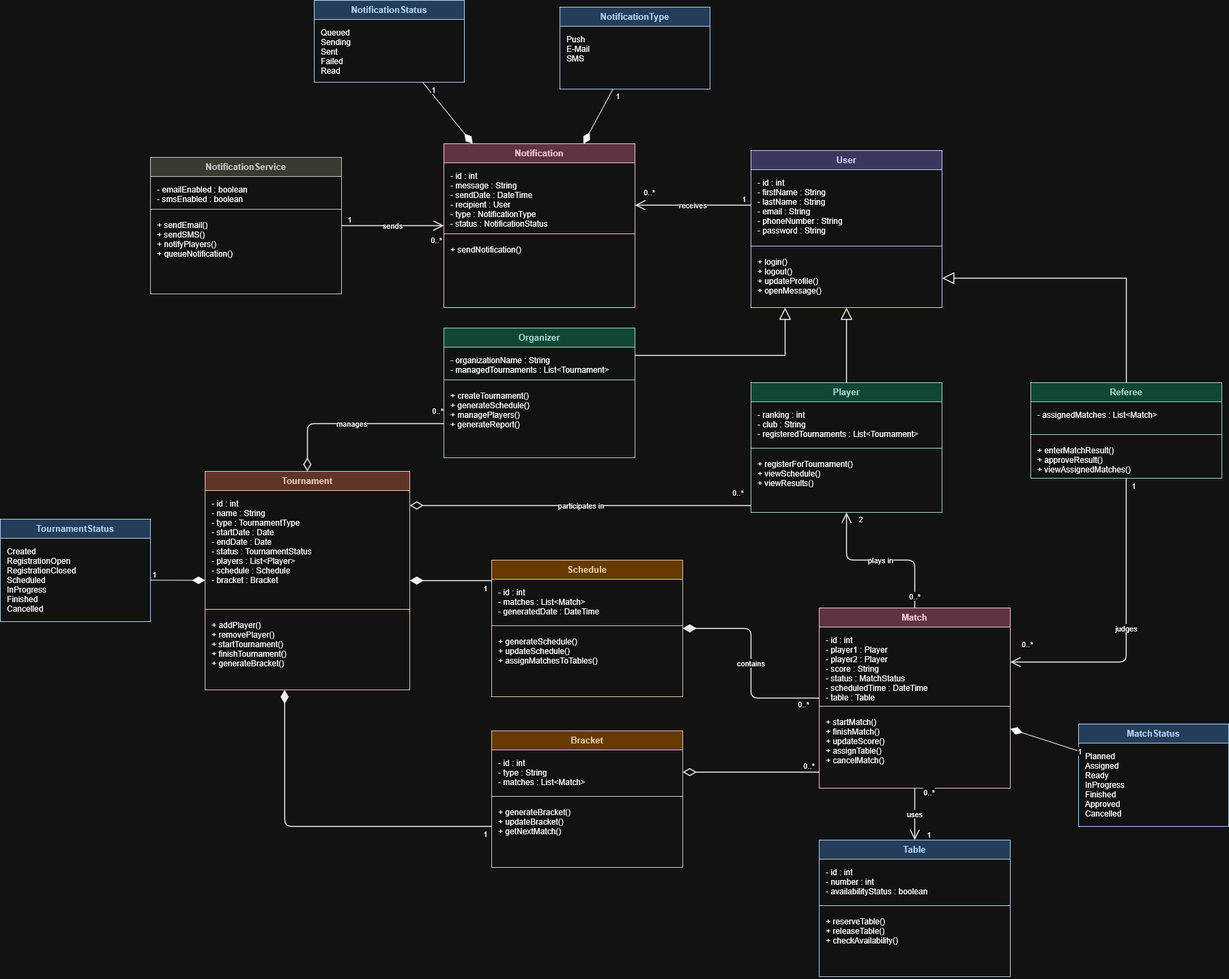
This is assets/class_diagram.png from ComradeHonk/tt-controllah, a draw.io export, as it was before one commit. Source tidied: cells renumbered, new cells last; positions are measured from the earlier drawing's top-left corner, leaving out a move shared by most shapes.
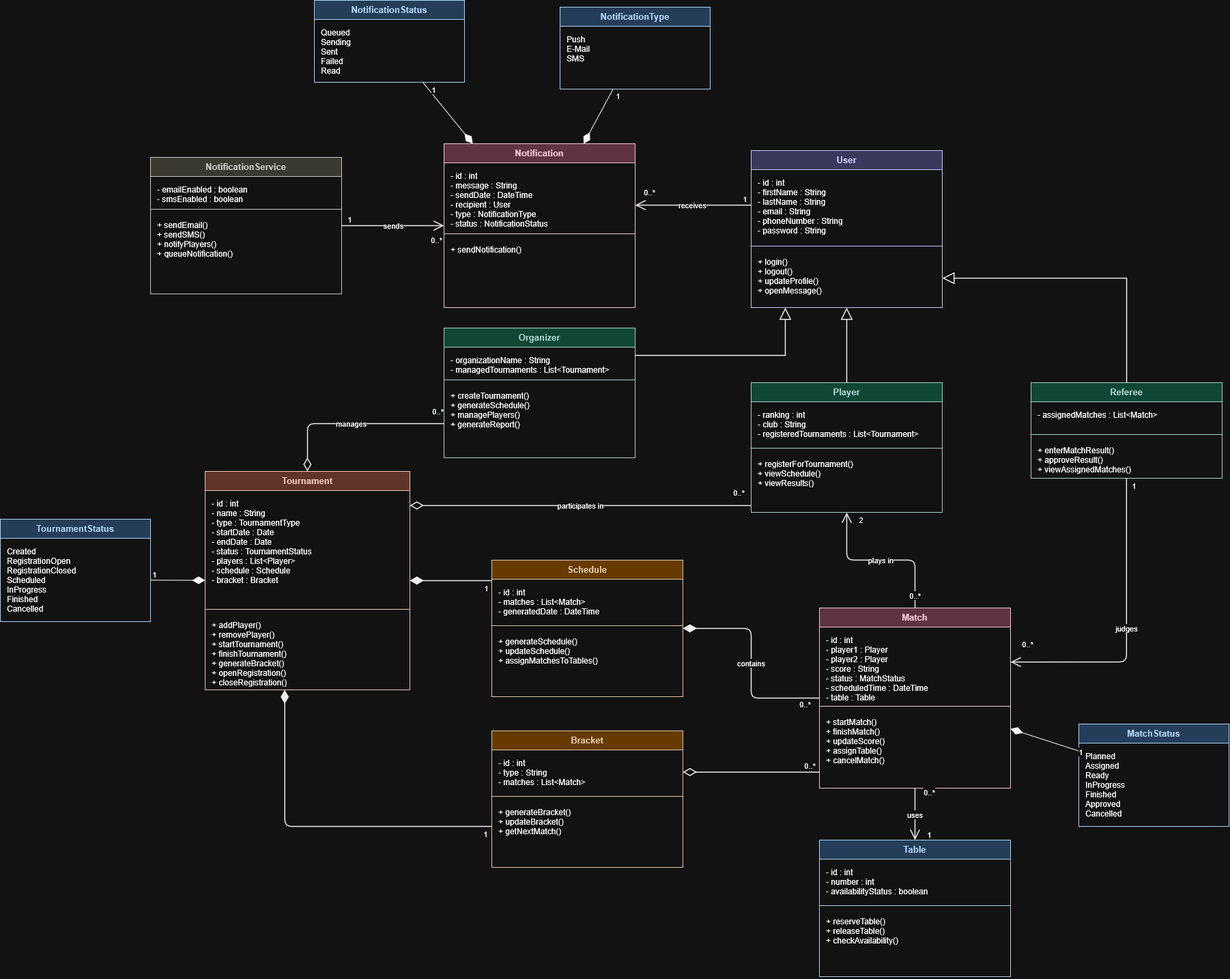
The same file after the commit.

Commit message:
poprawiono diagram klas + dodano diagram stanow 1 wraz z opisem

What changed in the source:
```diff
@@ -59,7 +59,7 @@
     <mxCell id="20" style="line;strokeWidth=1;fillColor=none;align=left;verticalAlign=middle;spacingTop=-1;spacingLeft=3;spacingRight=3;labelPosition=right;strokeColor=#4A1B0C;" parent="18" vertex="1">
       <mxGeometry y="198" width="300" height="8" as="geometry" />
     </mxCell>
-    <mxCell id="21" value="+ addPlayer()&#10;+ removePlayer()&#10;+ startTournament()&#10;+ finishTournament()&#10;+ generateBracket()" style="text;strokeColor=none;fillColor=none;align=left;verticalAlign=top;spacingLeft=8;spacingRight=8;spacingTop=6;overflow=hidden;points=[[0,0.5],[1,0.5]];portConstraint=eastwest;fontSize=12;" parent="18" vertex="1">
+    <mxCell id="21" value="+ addPlayer()&#10;+ removePlayer()&#10;+ startTournament()&#10;+ finishTournament()&#10;+ generateBracket()&#10;+ openRegistration()&#10;+ closeRegistration()" style="text;strokeColor=none;fillColor=none;align=left;verticalAlign=top;spacingLeft=8;spacingRight=8;spacingTop=6;overflow=hidden;points=[[0,0.5],[1,0.5]];portConstraint=eastwest;fontSize=12;" parent="18" vertex="1">
       <mxGeometry y="206" width="300" height="114" as="geometry" />
     </mxCell>
     <mxCell id="22" value="Schedule" style="swimlane;fontStyle=1;align=center;verticalAlign=top;horizontal=1;startSize=28;swimlaneFillColor=#ffffff;fillColor=#FAC775;strokeColor=#412402;fontColor=#412402;fontSize=13;" parent="1" vertex="1">
```
